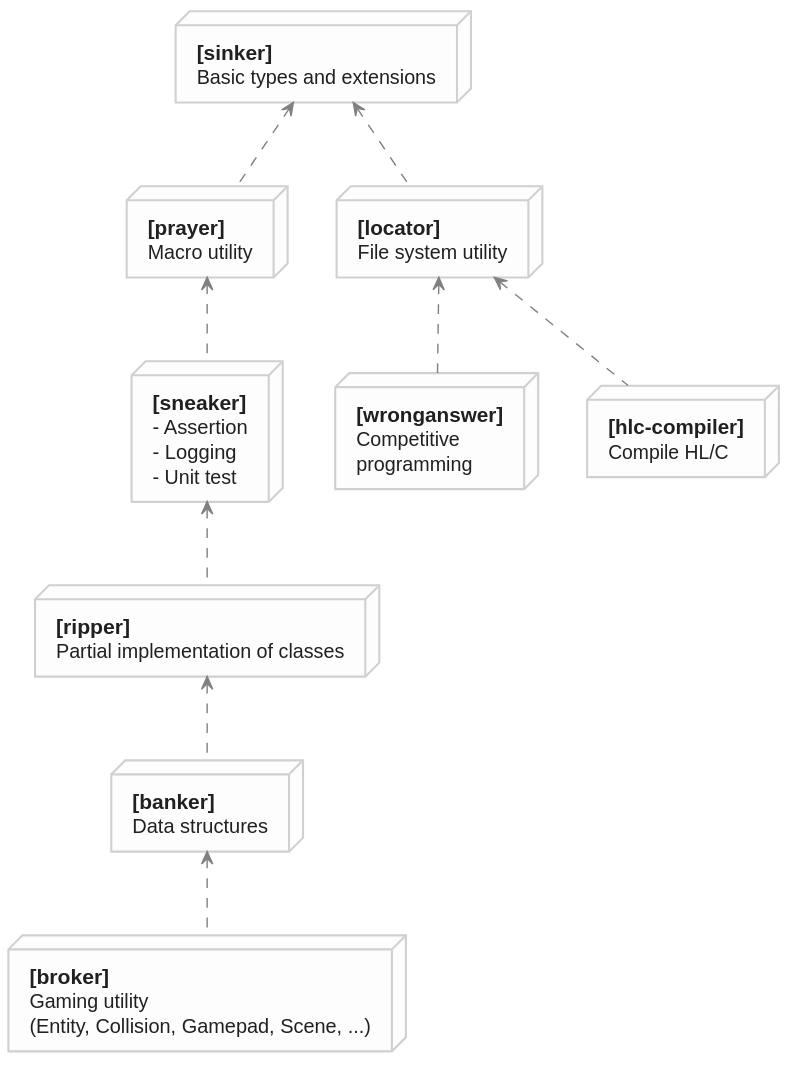
The PlantUML diagram diagram.svg in fal-works/fal-haxe-libraries, before a commit. Its diagram source:
```plantuml
@startuml diagram


skinparam shadowing false
skinparam backgroundColor White
skinparam node {
  BackgroundColor #FDFDFD
  BorderColor #D0D0D0
  FontColor #202020
}
skinparam ArrowColor #808080
skinparam note {
  BackgroundColor White
  FontColor #606060
  BorderColor #C0C0C0
}


node sinker [
  **[sinker]**
  Basic types and extensions
]

node prayer [
  **[prayer]**
  Macro utility
]

node sneaker [
  **[sneaker]**
  - Assertion
  - Logging
  - Unit test
]

node ripper [
  **[ripper]**
  Partial implementation of classes
]

node banker [
  **[banker]**
  Data structures
]

node broker [
  **[broker]**
  Gaming utility
  (Entity, Collision, Gamepad, Scene, ...)
]

node locator [
  **[locator]**
  File system utility
]

node wronganswer [
  **[wronganswer]**
  Competitive
  programming
]

node hlc_compiler [
  **[hlc-compiler]**
  Compile HL/C
]

sinker <.. prayer
prayer <.. sneaker
sneaker <.. ripper
ripper <.. banker
banker <.. broker

sinker <.. locator
locator <.. wronganswer
locator <.. hlc_compiler

@enduml
```
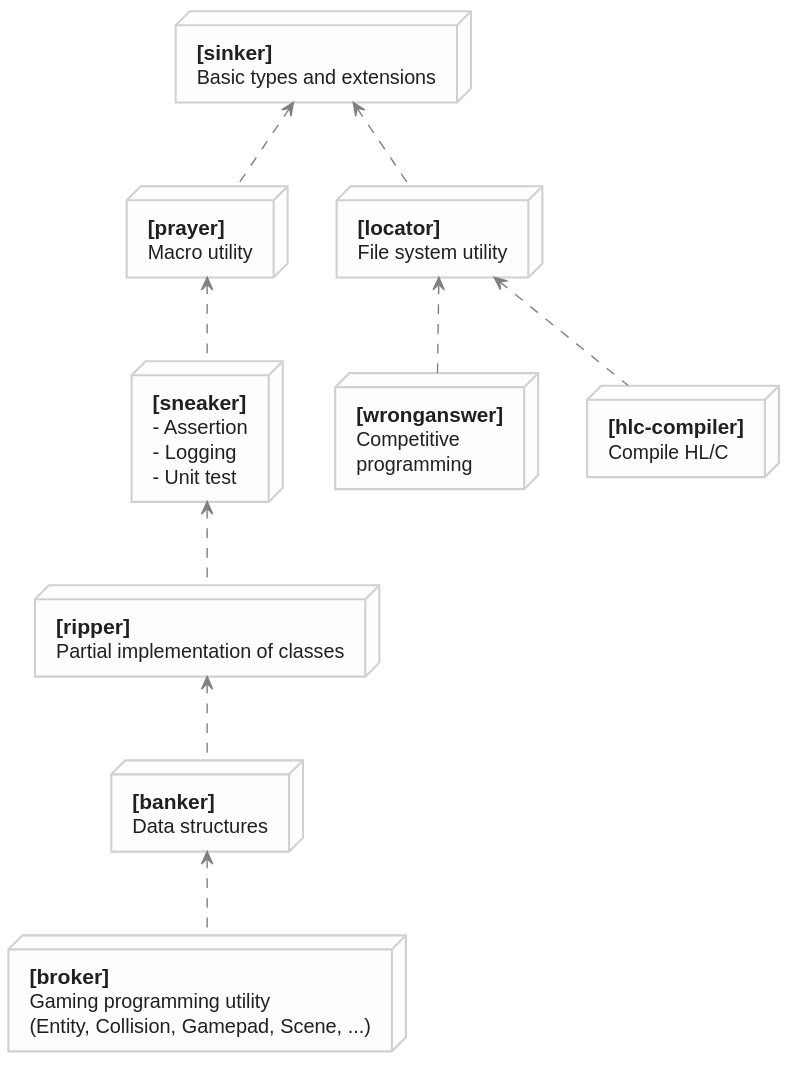
Later version of the same file.

Change to the diagram source:
```diff
@@ -45,7 +45,7 @@
 
 node broker [
   **[broker]**
-  Gaming utility
+  Gaming programming utility
   (Entity, Collision, Gamepad, Scene, ...)
 ]
 
```
